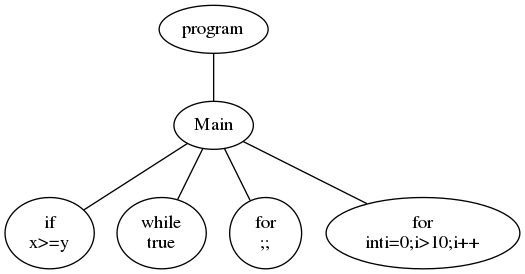
Before: AST.png, a diagram exported from Graphviz (Danh95/Project-Compilers). Its source is kept beside it as AST.dot. Its diagram source:
```dot
graph AST {
0[label="program"];
1[label="Main"];
0 -- 1;
2[label="if
x>=y"];
1 -- 2;
3[label="while
true"];
1 -- 3;
4[label="for
;;"];
1 -- 4;
5[label="for
inti=0;i>10;i++"];
1 -- 5;

}
```
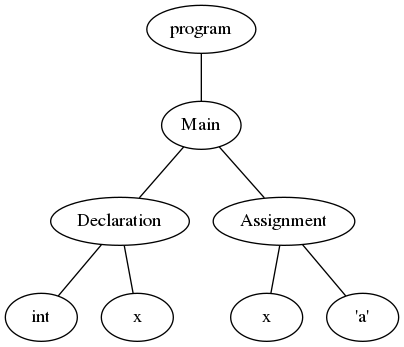
The same file after the commit.

Diff of the diagram source:
```diff
@@ -2,17 +2,17 @@
 0[label="program"];
 1[label="Main"];
 0 -- 1;
-2[label="if
-x>=y"];
+2[label="Declaration"];
 1 -- 2;
-3[label="while
-true"];
-1 -- 3;
-4[label="for
-;;"];
-1 -- 4;
-5[label="for
-inti=0;i>10;i++"];
+3[label="int"];
+2 -- 3;
+4[label="x"];
+2 -- 4;
+5[label="Assignment"];
 1 -- 5;
+6[label="x"];
+5 -- 6;
+7[label="'a'"];
+5 -- 7;
 
 }
```
